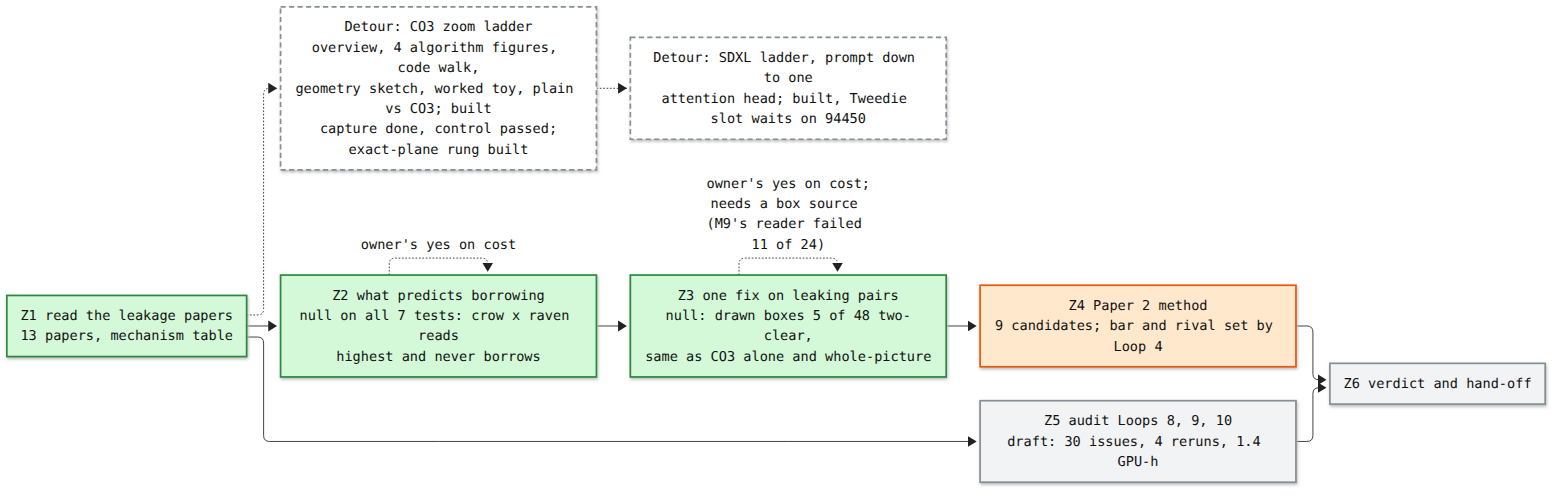
Earlier version of the Mermaid export artifacts/notes/progress/leakage/loop-12-progress.png (mo-rsa24/concept-composition). Its source is kept beside it as artifacts/notes/progress/leakage/loop-12-progress.mmd. Source of this version:
```mermaid
%%{init: {'theme': 'base', 'themeVariables': {'fontFamily': 'monospace', 'primaryColor': '#ffffff', 'primaryBorderColor': '#222222', 'primaryTextColor': '#111111', 'lineColor': '#222222'}}}%%
flowchart LR
  Z1["Z1 read the leakage papers<br/>13 papers, mechanism table"]:::done
  Z2["Z2 what predicts borrowing<br/>null on all 7 tests: crow x raven reads<br/>highest and never borrows"]:::done
  Z3["Z3 one fix on leaking pairs<br/>null: drawn boxes 5 of 48 two-clear,<br/>same as CO3 alone and whole-picture"]:::done
  Z4["Z4 Paper 2 method<br/>9 candidates; bar and rival set by Loop 4"]:::doing
  Z5["Z5 audit Loops 8, 9, 10<br/>draft: 30 issues, 4 reruns, 1.4 GPU-h"]:::todo
  Z6["Z6 verdict and hand-off"]:::todo
  LAD["Detour: CO3 zoom ladder<br/>overview, 4 algorithm figures, code walk,<br/>geometry sketch, worked toy, plain vs CO3; built<br/>capture done, control passed;<br/>exact-plane rung built"]:::detour
  Z1 -.-> LAD
  SDX["Detour: SDXL ladder, prompt down to one<br/>attention head; built, Tweedie slot waits on 94450"]:::detour
  LAD -.-> SDX
  Z1 --> Z2 --> Z3 --> Z4 --> Z6
  Z1 --> Z5 --> Z6
  Z2 -. "owner's yes on cost" .-> Z2
  Z3 -. "owner's yes on cost;<br/>needs a box source (M9's reader failed 11 of 24)" .-> Z3
  classDef done fill:#d3f9d8,stroke:#2b8a3e,stroke-width:2px
  classDef doing fill:#ffe8cc,stroke:#e8590c,stroke-width:2px
  classDef detour fill:#ffffff,stroke:#868e96,stroke-width:2px,stroke-dasharray: 6 4
  classDef todo fill:#f1f3f5,stroke:#868e96,stroke-width:2px
```
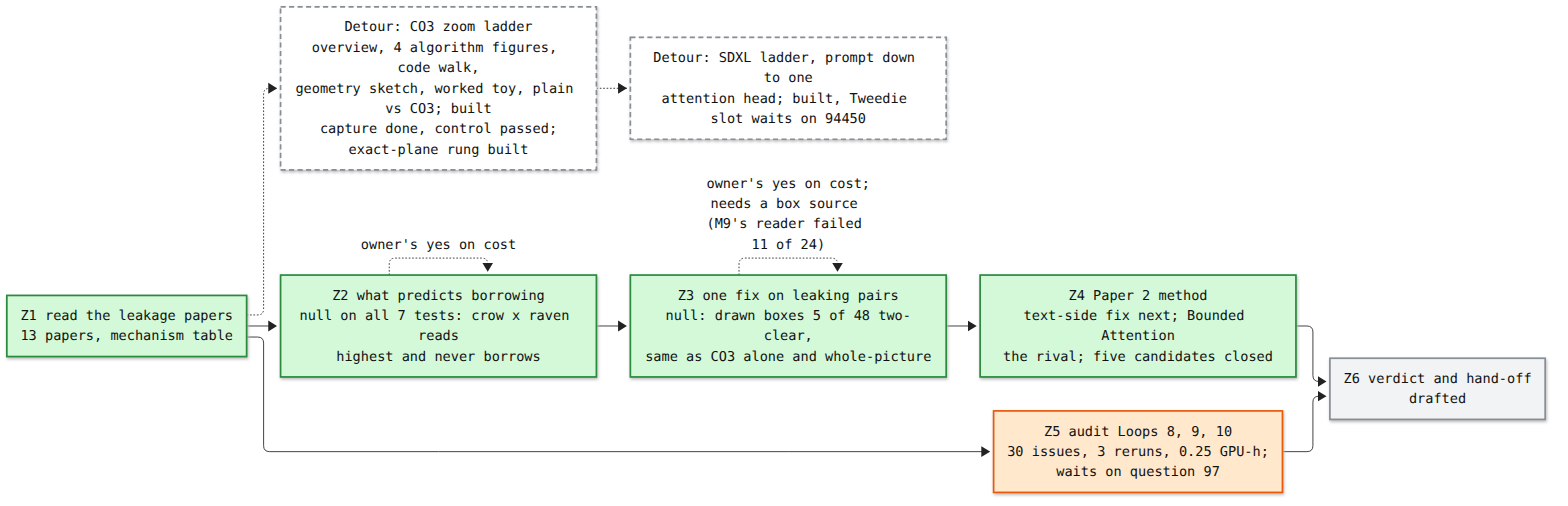
Above is the later version.

Commit message:
Loop 12 map: Z4 done, Z5 waits on question 97, Z6 drafted

Change to the diagram source:
```diff
@@ -3,9 +3,9 @@
   Z1["Z1 read the leakage papers<br/>13 papers, mechanism table"]:::done
   Z2["Z2 what predicts borrowing<br/>null on all 7 tests: crow x raven reads<br/>highest and never borrows"]:::done
   Z3["Z3 one fix on leaking pairs<br/>null: drawn boxes 5 of 48 two-clear,<br/>same as CO3 alone and whole-picture"]:::done
-  Z4["Z4 Paper 2 method<br/>9 candidates; bar and rival set by Loop 4"]:::doing
-  Z5["Z5 audit Loops 8, 9, 10<br/>draft: 30 issues, 4 reruns, 1.4 GPU-h"]:::todo
-  Z6["Z6 verdict and hand-off"]:::todo
+  Z4["Z4 Paper 2 method<br/>text-side fix next; Bounded Attention<br/>the rival; five candidates closed"]:::done
+  Z5["Z5 audit Loops 8, 9, 10<br/>30 issues, 3 reruns, 0.25 GPU-h;<br/>waits on question 97"]:::doing
+  Z6["Z6 verdict and hand-off<br/>drafted"]:::todo
   LAD["Detour: CO3 zoom ladder<br/>overview, 4 algorithm figures, code walk,<br/>geometry sketch, worked toy, plain vs CO3; built<br/>capture done, control passed;<br/>exact-plane rung built"]:::detour
   Z1 -.-> LAD
   SDX["Detour: SDXL ladder, prompt down to one<br/>attention head; built, Tweedie slot waits on 94450"]:::detour
```
